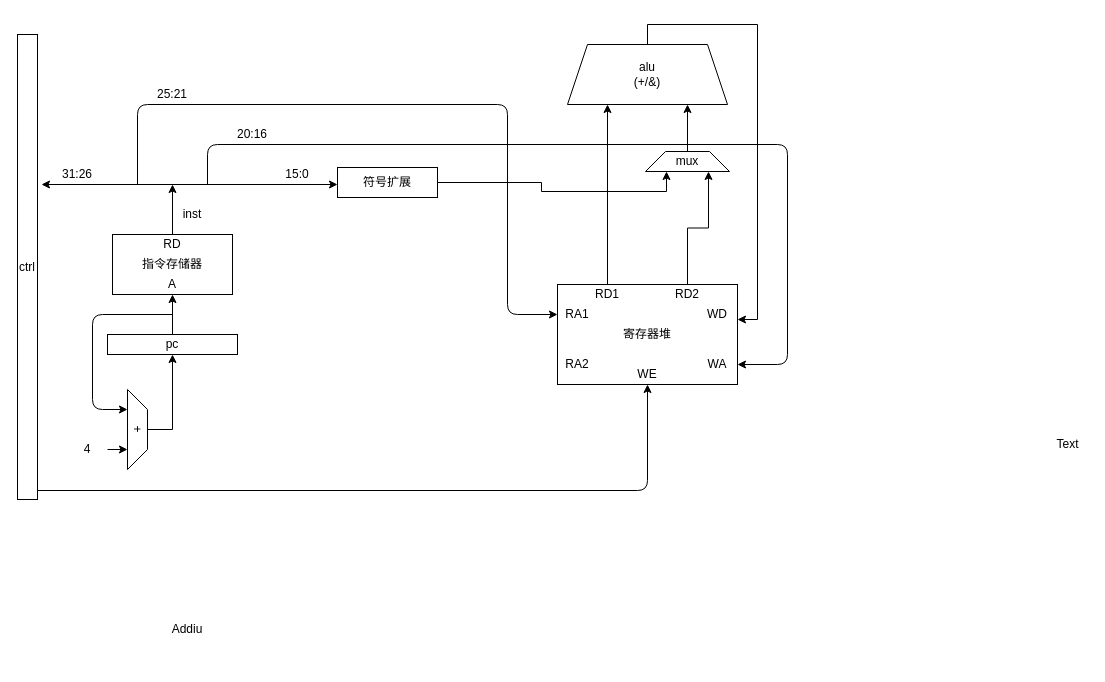
The draw.io diagram page "Page-2" (2 of 2) of 2.drawio in lzhenbit/Dictionary, before the edit. Source tidied: cells renumbered, new cells numbered last; positions are measured from the earlier drawing's top-left corner, leaving out a move shared by most shapes. Both pictures are drawn from the tidied source at 100%, with x=0, y=0 at pixel (17, 34).
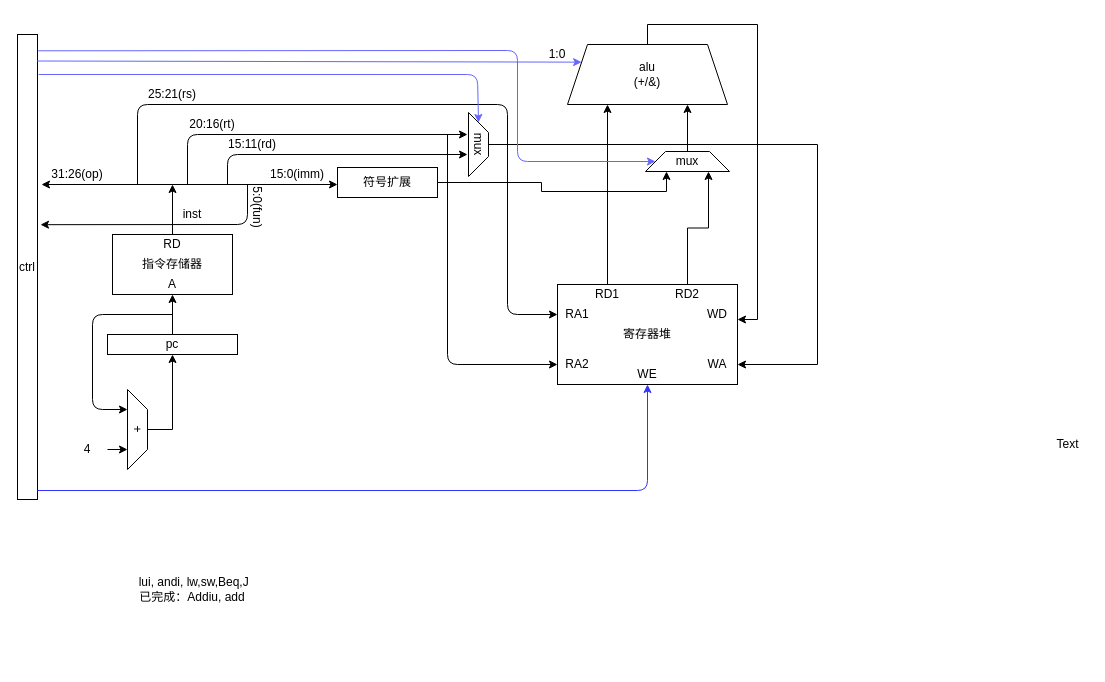
Above is the later version.

Unchanged cells that the change refers to:
```xml
<mxCell id="2" value="ctrl" style="rounded=0;whiteSpace=wrap;html=1;" parent="1" vertex="1">
  <mxGeometry width="20" height="465" as="geometry" />
</mxCell>
<mxCell id="17" value="RA2" style="text;html=1;strokeColor=none;fillColor=none;align=center;verticalAlign=middle;whiteSpace=wrap;rounded=0;" parent="1" vertex="1">
  <mxGeometry x="540" y="320" width="40" height="20" as="geometry" />
</mxCell>
<mxCell id="23" value="WA" style="text;html=1;strokeColor=none;fillColor=none;align=center;verticalAlign=middle;whiteSpace=wrap;rounded=0;" parent="1" vertex="1">
  <mxGeometry x="680" y="320" width="40" height="20" as="geometry" />
</mxCell>
<mxCell id="24" value="WE" style="text;html=1;strokeColor=none;fillColor=none;align=center;verticalAlign=middle;whiteSpace=wrap;rounded=0;" parent="1" vertex="1">
  <mxGeometry x="610" y="330" width="40" height="20" as="geometry" />
</mxCell>
<mxCell id="26" value="alu&lt;br&gt;(+/&amp;amp;)" style="shape=trapezoid;perimeter=trapezoidPerimeter;whiteSpace=wrap;html=1;fixedSize=1;" parent="1" vertex="1">
  <mxGeometry x="550" y="10" width="160" height="60" as="geometry" />
</mxCell>
<mxCell id="39" value="mux" style="shape=trapezoid;perimeter=trapezoidPerimeter;whiteSpace=wrap;html=1;fixedSize=1;" parent="1" vertex="1">
  <mxGeometry x="628" y="117" width="84" height="20" as="geometry" />
</mxCell>
```

Diff of the diagram source:
```diff
@@
-    <mxCell id="29" style="endArrow=classic;html=1;entryX=0.5;entryY=1;entryDx=0;entryDy=0;" parent="1" edge="1" target="24">
+    <mxCell id="29" style="endArrow=classic;html=1;entryX=0.5;entryY=1;entryDx=0;entryDy=0;strokeColor=#3333FF;" parent="1" edge="1" target="24">
       <mxGeometry relative="1" as="geometry">
         <mxPoint x="20" y="456" as="sourcePoint" />
         <Array as="points">
           <mxPoint x="630" y="456" />
         </Array>
       </mxGeometry>
     </mxCell>
@@
-    <mxCell id="31" value="31:26" style="text;html=1;strokeColor=none;fillColor=none;align=center;verticalAlign=middle;whiteSpace=wrap;rounded=0;" parent="1" vertex="1">
+    <mxCell id="31" value="31:26(op)" style="text;html=1;strokeColor=none;fillColor=none;align=center;verticalAlign=middle;whiteSpace=wrap;rounded=0;" parent="1" vertex="1">
       <mxGeometry x="40" y="130" width="40" height="20" as="geometry" />
     </mxCell>
-    <mxCell id="32" value="15:0" style="text;html=1;strokeColor=none;fillColor=none;align=center;verticalAlign=middle;whiteSpace=wrap;rounded=0;" parent="1" vertex="1">
+    <mxCell id="32" value="15:0(imm)" style="text;html=1;strokeColor=none;fillColor=none;align=center;verticalAlign=middle;whiteSpace=wrap;rounded=0;" parent="1" vertex="1">
       <mxGeometry x="260" y="130" width="40" height="20" as="geometry" />
     </mxCell>
-    <mxCell id="33" style="endArrow=classic;html=1;entryX=1;entryY=0.5;entryDx=0;entryDy=0;" parent="1" edge="1" target="23">
-      <mxGeometry relative="1" as="geometry">
-        <mxPoint x="190" y="150" as="sourcePoint" />
-        <Array as="points">
-          <mxPoint x="190" y="110" />
-          <mxPoint x="770" y="110" />
-          <mxPoint x="770" y="330" />
-        </Array>
-      </mxGeometry>
-    </mxCell>
-    <mxCell id="34" value="20:16" style="text;html=1;strokeColor=none;fillColor=none;align=center;verticalAlign=middle;whiteSpace=wrap;rounded=0;" parent="1" vertex="1">
-      <mxGeometry x="215" y="90" width="40" height="20" as="geometry" />
+    <mxCell id="34" value="20:16(rt)" style="text;html=1;strokeColor=none;fillColor=none;align=center;verticalAlign=middle;whiteSpace=wrap;rounded=0;" parent="1" vertex="1">
+      <mxGeometry x="175" y="80" width="40" height="20" as="geometry" />
     </mxCell>
-    <mxCell id="35" value="Addiu" style="text;html=1;strokeColor=none;fillColor=none;align=center;verticalAlign=middle;whiteSpace=wrap;rounded=0;" parent="1" vertex="1">
-      <mxGeometry x="70" y="560" width="200" height="70" as="geometry" />
+    <mxCell id="35" value="&amp;nbsp;lui, andi, lw,sw,Beq,J&lt;br&gt;已完成：Addiu, add" style="text;html=1;strokeColor=none;fillColor=none;align=center;verticalAlign=middle;whiteSpace=wrap;rounded=0;" parent="1" vertex="1">
+      <mxGeometry x="75" y="520" width="200" height="70" as="geometry" />
     </mxCell>
@@
-    <mxCell id="37" value="25:21" style="text;html=1;strokeColor=none;fillColor=none;align=center;verticalAlign=middle;whiteSpace=wrap;rounded=0;" parent="1" vertex="1">
+    <mxCell id="37" value="25:21(rs)" style="text;html=1;strokeColor=none;fillColor=none;align=center;verticalAlign=middle;whiteSpace=wrap;rounded=0;" parent="1" vertex="1">
       <mxGeometry x="135" y="50" width="40" height="20" as="geometry" />
     </mxCell>
@@
+    <mxCell id="41" style="endArrow=classic;html=1;entryX=1.15;entryY=0.409;entryDx=0;entryDy=0;entryPerimeter=0;" parent="1" edge="1" target="2">
+      <mxGeometry relative="1" as="geometry">
+        <mxPoint x="230" y="150" as="sourcePoint" />
+        <Array as="points">
+          <mxPoint x="230" y="190" />
+        </Array>
+      </mxGeometry>
+    </mxCell>
+    <mxCell id="42" value="5:0(fun)" style="text;html=1;strokeColor=none;fillColor=none;align=center;verticalAlign=middle;whiteSpace=wrap;rounded=0;rotation=90;" parent="1" vertex="1">
+      <mxGeometry x="215" y="163" width="50" height="20" as="geometry" />
+    </mxCell>
+    <mxCell id="43" style="endArrow=classic;html=1;entryX=0;entryY=0.5;entryDx=0;entryDy=0;" parent="1" edge="1" target="17">
+      <mxGeometry relative="1" as="geometry">
+        <mxPoint x="430" y="100" as="sourcePoint" />
+        <Array as="points">
+          <mxPoint x="430" y="330" />
+        </Array>
+      </mxGeometry>
+    </mxCell>
+    <mxCell id="44" style="endArrow=classic;html=1;" parent="1" edge="1">
+      <mxGeometry relative="1" as="geometry">
+        <mxPoint x="210" y="150" as="sourcePoint" />
+        <mxPoint x="450" y="120" as="targetPoint" />
+        <Array as="points">
+          <mxPoint x="210" y="120" />
+        </Array>
+      </mxGeometry>
+    </mxCell>
+    <mxCell id="45" style="endArrow=classic;html=1;" parent="1" edge="1">
+      <mxGeometry relative="1" as="geometry">
+        <mxPoint x="170" y="150" as="sourcePoint" />
+        <mxPoint x="450" y="100" as="targetPoint" />
+        <Array as="points">
+          <mxPoint x="170" y="100" />
+        </Array>
+      </mxGeometry>
+    </mxCell>
+    <mxCell id="46" value="15:11(rd)" style="text;html=1;strokeColor=none;fillColor=none;align=center;verticalAlign=middle;whiteSpace=wrap;rounded=0;" parent="1" vertex="1">
+      <mxGeometry x="215" y="100" width="40" height="20" as="geometry" />
+    </mxCell>
+    <mxCell id="47" style="edgeStyle=orthogonalEdgeStyle;rounded=0;jettySize=auto;html=1;exitX=0.5;exitY=0;exitDx=0;exitDy=0;entryX=1;entryY=0.5;entryDx=0;entryDy=0;" parent="1" edge="1" source="48" target="23">
+      <mxGeometry relative="1" as="geometry">
+        <Array as="points">
+          <mxPoint x="800" y="110" />
+          <mxPoint x="800" y="330" />
+        </Array>
+      </mxGeometry>
+    </mxCell>
+    <mxCell id="48" value="mux" style="shape=trapezoid;perimeter=trapezoidPerimeter;whiteSpace=wrap;html=1;fixedSize=1;rotation=90;" parent="1" vertex="1">
+      <mxGeometry x="429" y="100" width="64" height="20" as="geometry" />
+    </mxCell>
+    <mxCell id="49" style="endArrow=classic;html=1;fillColor=#cce5ff;strokeColor=#6666FF;exitX=1.18;exitY=0.035;exitDx=0;exitDy=0;exitPerimeter=0;entryX=0;entryY=0.5;entryDx=0;entryDy=0;" parent="1" edge="1" target="39">
+      <mxGeometry relative="1" as="geometry">
+        <mxPoint x="20.6" y="16.3" as="sourcePoint" />
+        <Array as="points">
+          <mxPoint x="500" y="16" />
+          <mxPoint x="500" y="127" />
+        </Array>
+      </mxGeometry>
+    </mxCell>
+    <mxCell id="50" style="endArrow=classic;html=1;strokeColor=#6666FF;fillColor=#7EA6E0;exitX=0.98;exitY=0.057;exitDx=0;exitDy=0;exitPerimeter=0;entryX=0;entryY=0.25;entryDx=0;entryDy=0;" parent="1" edge="1" source="2" target="26">
+      <mxGeometry relative="1" as="geometry" />
+    </mxCell>
+    <mxCell id="51" value="1:0" style="text;html=1;strokeColor=none;fillColor=none;align=center;verticalAlign=middle;whiteSpace=wrap;rounded=0;" parent="1" vertex="1">
+      <mxGeometry x="520" y="10" width="40" height="20" as="geometry" />
+    </mxCell>
+    <mxCell id="52" style="endArrow=classic;html=1;strokeColor=#6666FF;fillColor=#7EA6E0;exitX=1.06;exitY=0.086;exitDx=0;exitDy=0;exitPerimeter=0;entryX=0;entryY=0.5;entryDx=0;entryDy=0;" parent="1" edge="1" source="2" target="48">
+      <mxGeometry relative="1" as="geometry">
+        <Array as="points">
+          <mxPoint x="460" y="40" />
+        </Array>
+      </mxGeometry>
+    </mxCell>
```
